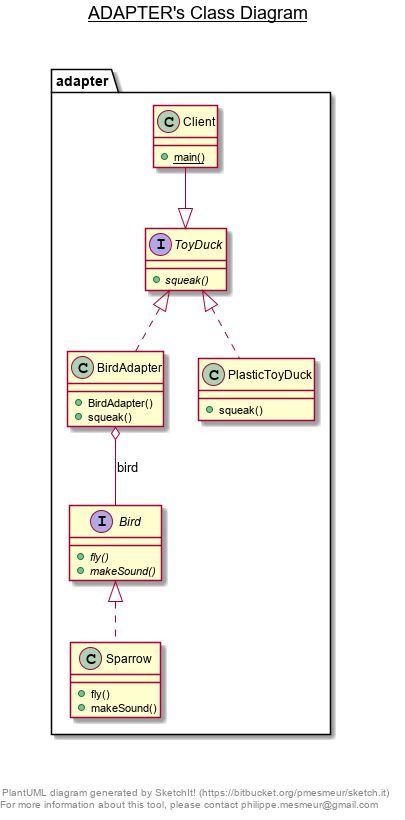
Earlier version of the PlantUML export src/main/java/adapter/adapter-class-diagram.png (ankitech/design-pattern). The source it was exported from:
```plantuml
@startuml

title __ADAPTER's Class Diagram__\n

  namespace adapter {
    interface adapter.Bird {
        {abstract} + fly()
        {abstract} + makeSound()
    }
  }


  namespace adapter {
    class adapter.BirdAdapter {
        + BirdAdapter()
        + squeak()
    }
  }


  namespace adapter {
    class adapter.Client {
        {static} + main()
    }
  }


  namespace adapter {
    class adapter.PlasticToyDuck {
        + squeak()
    }
  }


  namespace adapter {
    class adapter.Sparrow {
        + fly()
        + makeSound()
    }
  }


  namespace adapter {
    interface adapter.ToyDuck {
        {abstract} + squeak()
    }
  }


  adapter.BirdAdapter .up.|> adapter.ToyDuck
  adapter.BirdAdapter o-- adapter.Bird : bird
  adapter.PlasticToyDuck .up.|> adapter.ToyDuck
  adapter.Sparrow .up.|> adapter.Bird
  adapter.Client -down-|> adapter.ToyDuck


right footer


PlantUML diagram generated by SketchIt! (https://bitbucket.org/pmesmeur/sketch.it)
For more information about this tool, please contact philippe.mesmeur@gmail.com
endfooter

@enduml
```
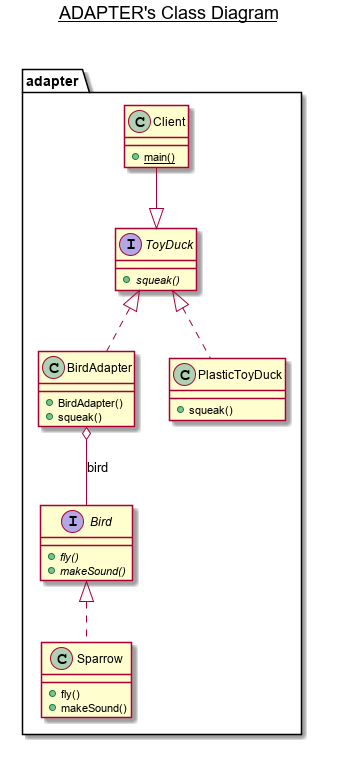
After the commit.

Commit message:
Adapter Pattern

What changed in the source:
```diff
@@ -56,9 +56,6 @@
 
 right footer
 
-
-PlantUML diagram generated by SketchIt! (https://bitbucket.org/pmesmeur/sketch.it)
-For more information about this tool, please contact philippe.mesmeur@gmail.com
 endfooter
 
 @enduml
```
